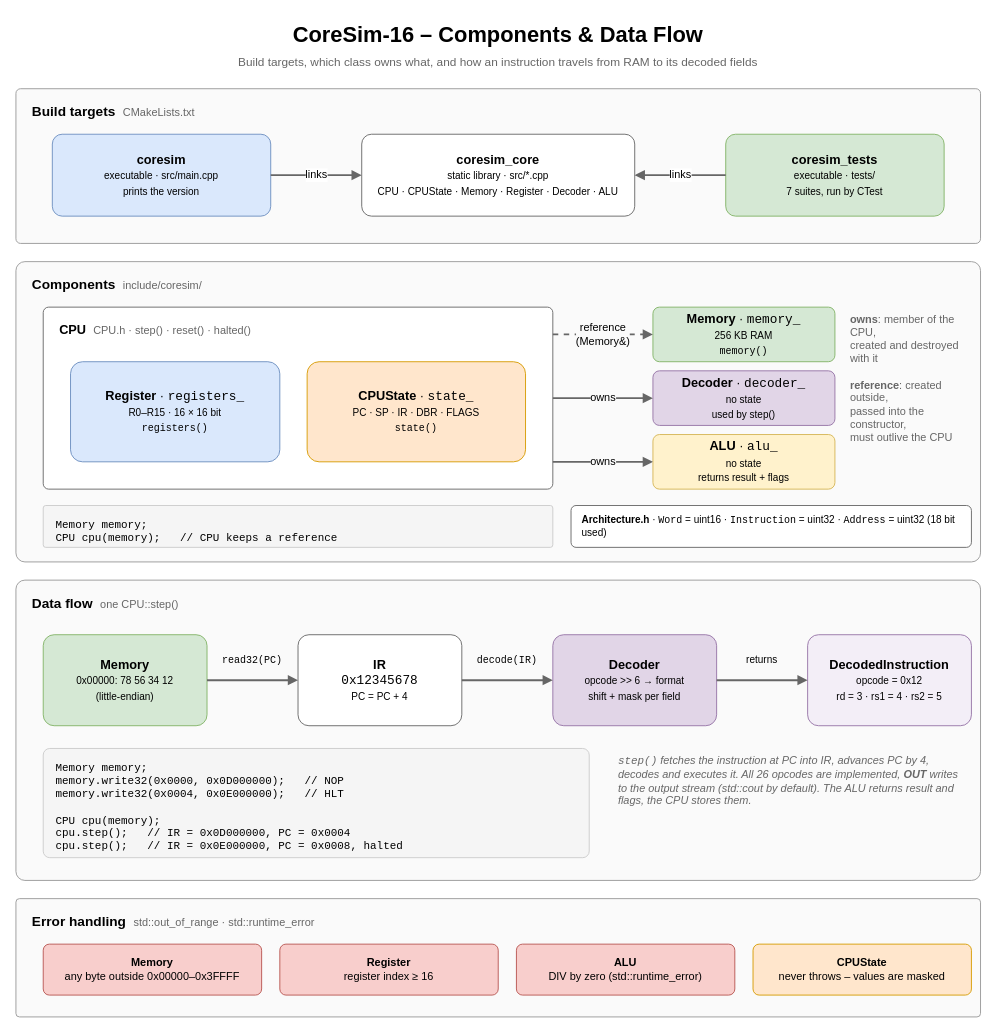
kpolet2010-hue/CoreSim keeps this draw.io diagram as diagrams/data-flow.drawio. Above is the earlier version. Source tidied: cells renumbered, new cells numbered last; positions are measured from the earlier drawing's top-left corner, leaving out a move shared by most shapes. Both pictures are drawn from the tidied source at 91%, with x=0, y=0 at pixel (15, 15).
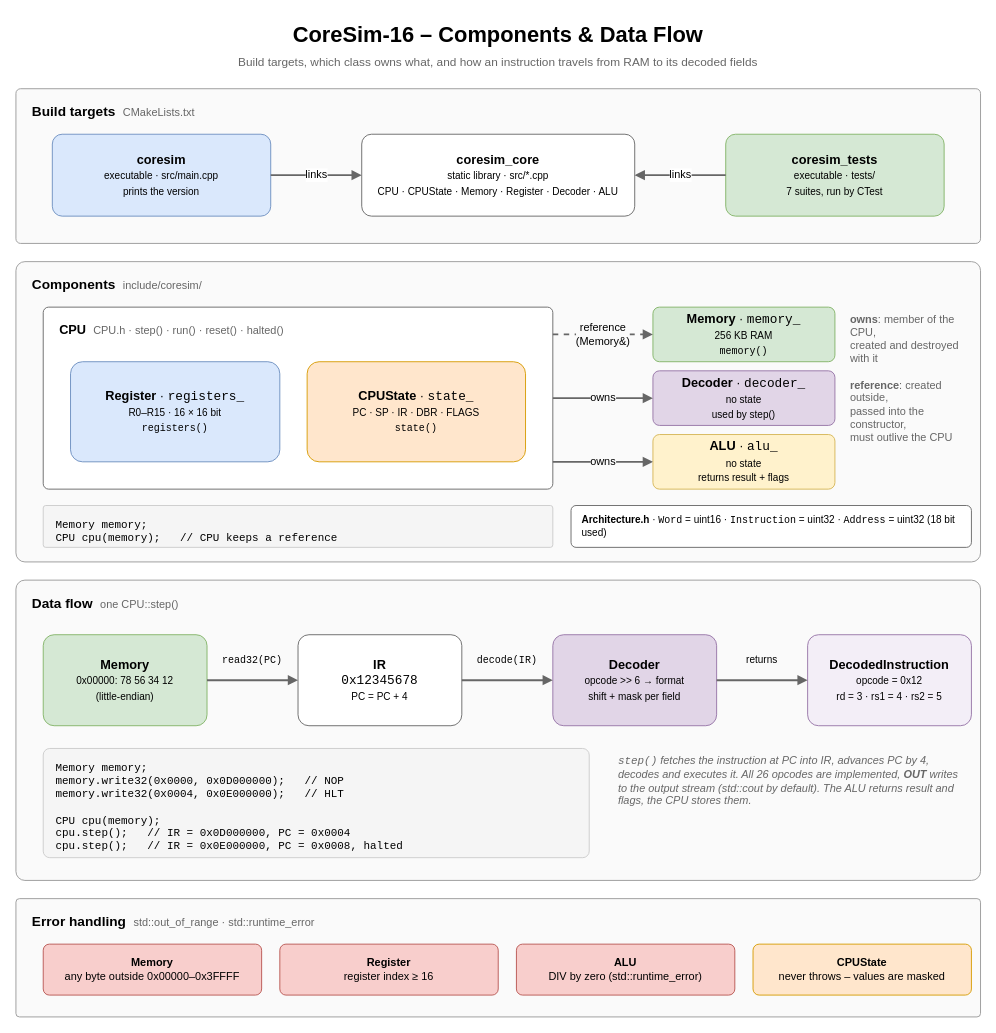
Above is the later version.

Commit message (it also covers changes not shown here):
docs: document run and the step limit

The edit, as a diff of the source:
```diff
@@
-    <mxCell id="11" value="&lt;b&gt;CPU&lt;/b&gt;&amp;nbsp;&amp;nbsp;&lt;span style=&quot;font-weight:normal;font-size:12px;color:#666666&quot;&gt;CPU.h &amp;middot; step() &amp;middot; reset() &amp;middot; halted()&lt;/span&gt;" style="rounded=1;arcSize=3;whiteSpace=wrap;html=1;verticalAlign=top;align=left;spacingLeft=16;spacingTop=10;fontSize=14;fontStyle=1;fontFamily=Helvetica;fillColor=#ffffff;strokeColor=#666666;" parent="1" vertex="1">
+    <mxCell id="11" value="&lt;b&gt;CPU&lt;/b&gt;&amp;nbsp;&amp;nbsp;&lt;span style=&quot;font-weight:normal;font-size:12px;color:#666666&quot;&gt;CPU.h &amp;middot; step() &amp;middot; run() &amp;middot; reset() &amp;middot; halted()&lt;/span&gt;" style="rounded=1;arcSize=3;whiteSpace=wrap;html=1;verticalAlign=top;align=left;spacingLeft=16;spacingTop=10;fontSize=14;fontStyle=1;fontFamily=Helvetica;fillColor=#ffffff;strokeColor=#666666;" parent="1" vertex="1">
       <mxGeometry x="30" y="320" width="560" height="200" as="geometry" />
     </mxCell>
```
